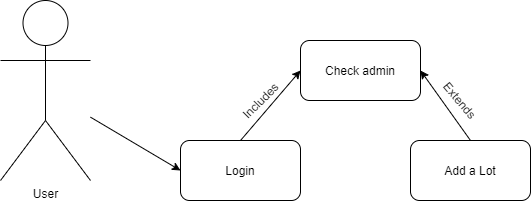
Before: docs/useCases/Add a Lot.png, a diagram exported from draw.io (katiecorcoran/cs3450-group-4). Source tidied: cells renumbered, new cells last; positions are measured from the earlier drawing's top-left corner, leaving out a move shared by most shapes.
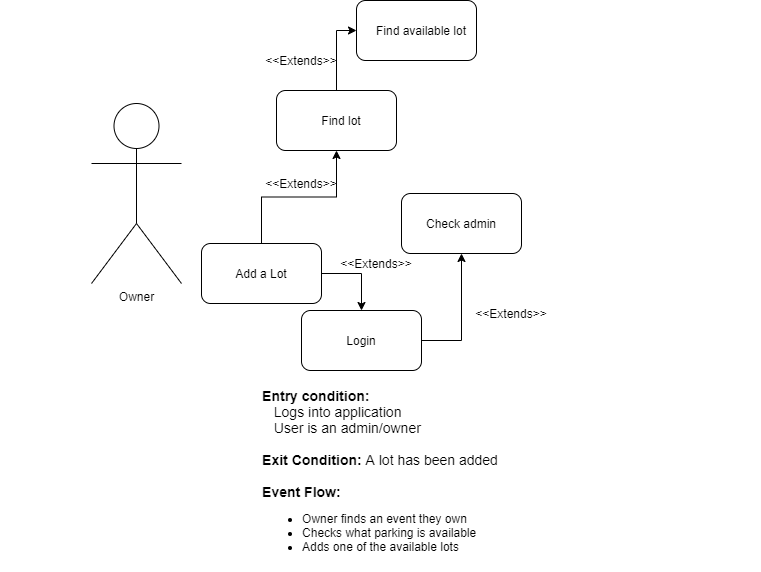
The same diagram one commit later.

Commit message:
Added event flow to the diagrams

What changed in the source:
```diff
@@ -2,41 +2,65 @@
   <root>
     <mxCell id="0" />
     <mxCell id="1" parent="0" />
+    <mxCell id="14" style="edgeStyle=orthogonalEdgeStyle;rounded=0;jettySize=auto;html=1;exitX=1;exitY=0.5;exitDx=0;exitDy=0;entryX=0.5;entryY=0;entryDx=0;entryDy=0;" parent="1" edge="1" source="2" target="7">
+      <mxGeometry relative="1" as="geometry" />
+    </mxCell>
+    <mxCell id="15" style="edgeStyle=orthogonalEdgeStyle;rounded=0;jettySize=auto;html=1;exitX=0.5;exitY=0;exitDx=0;exitDy=0;entryX=0.5;entryY=1;entryDx=0;entryDy=0;" parent="1" edge="1" source="2" target="21">
+      <mxGeometry relative="1" as="geometry" />
+    </mxCell>
     <mxCell id="2" style="rounded=1;whiteSpace=wrap;html=1;" parent="1" vertex="1">
-      <mxGeometry x="410" y="140" width="120" height="60" as="geometry" />
+      <mxGeometry x="110" y="140" width="120" height="60" as="geometry" />
     </mxCell>
     <mxCell id="3" value="Add a Lot" style="text;html=1;strokeColor=none;fillColor=none;align=center;verticalAlign=middle;whiteSpace=wrap;rounded=0;" parent="1" vertex="1">
-      <mxGeometry x="430" y="160" width="80" height="20" as="geometry" />
+      <mxGeometry x="130" y="160" width="80" height="20" as="geometry" />
     </mxCell>
-    <mxCell id="4" value="User" style="shape=umlActor;verticalLabelPosition=bottom;verticalAlign=top;html=1;outlineConnect=0;" parent="1" vertex="1">
-      <mxGeometry width="90" height="180" as="geometry" />
-    </mxCell>
     <mxCell id="5" style="rounded=1;whiteSpace=wrap;html=1;" parent="1" vertex="1">
-      <mxGeometry x="300" y="40" width="120" height="60" as="geometry" />
+      <mxGeometry x="310" y="90" width="120" height="60" as="geometry" />
     </mxCell>
     <mxCell id="6" value="Check admin" style="text;html=1;strokeColor=none;fillColor=none;align=center;verticalAlign=middle;whiteSpace=wrap;rounded=0;" parent="1" vertex="1">
-      <mxGeometry x="310" y="50" width="100" height="40" as="geometry" />
+      <mxGeometry x="320" y="100" width="100" height="40" as="geometry" />
     </mxCell>
+    <mxCell id="9" style="edgeStyle=orthogonalEdgeStyle;rounded=0;jettySize=auto;html=1;exitX=1;exitY=0.5;exitDx=0;exitDy=0;entryX=0.5;entryY=1;entryDx=0;entryDy=0;" parent="1" edge="1" source="7" target="5">
+      <mxGeometry relative="1" as="geometry" />
+    </mxCell>
     <mxCell id="7" style="rounded=1;whiteSpace=wrap;html=1;" parent="1" vertex="1">
-      <mxGeometry x="180" y="140" width="120" height="60" as="geometry" />
+      <mxGeometry x="210" y="207" width="120" height="60" as="geometry" />
     </mxCell>
     <mxCell id="8" value="Login" style="text;html=1;strokeColor=none;fillColor=none;align=center;verticalAlign=middle;whiteSpace=wrap;rounded=0;" parent="1" vertex="1">
-      <mxGeometry x="220" y="160" width="40" height="20" as="geometry" />
+      <mxGeometry x="250" y="227" width="40" height="20" as="geometry" />
     </mxCell>
-    <mxCell id="9" style="endArrow=classic;html=1;exitX=0.5;exitY=0;exitDx=0;exitDy=0;entryX=0;entryY=0.5;entryDx=0;entryDy=0;" parent="1" edge="1" source="7" target="5">
-      <mxGeometry relative="1" as="geometry" />
-    </mxCell>
-    <mxCell id="10" style="endArrow=classic;html=1;exitX=0.5;exitY=0;exitDx=0;exitDy=0;entryX=1;entryY=0.5;entryDx=0;entryDy=0;" parent="1" edge="1" source="2" target="5">
-      <mxGeometry relative="1" as="geometry" />
-    </mxCell>
-    <mxCell id="11" style="endArrow=classic;html=1;entryX=0;entryY=0.5;entryDx=0;entryDy=0;" parent="1" edge="1" source="4" target="7">
-      <mxGeometry relative="1" as="geometry" />
-    </mxCell>
-    <mxCell id="12" value="Includes" style="text;html=1;strokeColor=none;fillColor=none;align=center;verticalAlign=middle;whiteSpace=wrap;rounded=0;rotation=-45;" parent="1" vertex="1">
-      <mxGeometry x="240" y="90" width="40" height="20" as="geometry" />
-    </mxCell>
-    <mxCell id="13" value="Extends" style="text;html=1;strokeColor=none;fillColor=none;align=center;verticalAlign=middle;whiteSpace=wrap;rounded=0;rotation=50;" parent="1" vertex="1">
-      <mxGeometry x="440" y="90" width="40" height="20" as="geometry" />
-    </mxCell>
+    <mxCell id="16" value="&lt;div style=&quot;text-align: justify&quot;&gt;&lt;b style=&quot;font-size: 14px&quot;&gt;Entry condition:&amp;nbsp;&lt;/b&gt;&lt;/div&gt;&lt;div style=&quot;text-align: justify&quot;&gt;&lt;span style=&quot;font-size: 14px&quot;&gt;&amp;nbsp; &amp;nbsp;Logs into application&lt;/span&gt;&lt;/div&gt;&lt;div style=&quot;text-align: justify&quot;&gt;&lt;span style=&quot;font-size: 14px&quot;&gt;&amp;nbsp; &amp;nbsp;User is an admin/owner&lt;/span&gt;&lt;/div&gt;&lt;font&gt;&lt;div style=&quot;text-align: justify&quot;&gt;&lt;span style=&quot;font-size: 14px&quot;&gt;&lt;b&gt;&lt;br&gt;&lt;/b&gt;&lt;/span&gt;&lt;/div&gt;&lt;div style=&quot;font-size: 14px ; text-align: justify&quot;&gt;&lt;b style=&quot;font-weight: bold&quot;&gt;Exit Condition: &lt;/b&gt;A lot has been added&lt;/div&gt;&lt;div style=&quot;text-align: justify&quot;&gt;&lt;span style=&quot;font-size: 14px&quot;&gt;&lt;b&gt;&lt;br&gt;&lt;/b&gt;&lt;/span&gt;&lt;/div&gt;&lt;b style=&quot;font-size: 14px&quot;&gt;&lt;div style=&quot;text-align: justify&quot;&gt;&lt;b&gt;Event Flow:&amp;nbsp;&lt;/b&gt;&lt;/div&gt;&lt;/b&gt;&lt;/font&gt;&lt;ul&gt;&lt;li style=&quot;text-align: justify&quot;&gt;Owner finds an event they own&amp;nbsp;&lt;/li&gt;&lt;li style=&quot;text-align: justify&quot;&gt;Checks what parking is available&lt;/li&gt;&lt;li style=&quot;text-align: justify&quot;&gt;Adds one of the available lots&amp;nbsp;&lt;/li&gt;&lt;/ul&gt;" style="text;html=1;strokeColor=none;fillColor=none;align=center;verticalAlign=middle;whiteSpace=wrap;rounded=0;" parent="1" vertex="1">
+      <mxGeometry x="-91" y="278" width="760" height="190" as="geometry" />
+    </mxCell>
+    <mxCell id="17" value="Owner" style="shape=umlActor;verticalLabelPosition=bottom;verticalAlign=top;html=1;" parent="1" vertex="1">
+      <mxGeometry width="90" height="180" as="geometry" />
+    </mxCell>
+    <mxCell id="18" value="&amp;lt;&amp;lt;Extends&amp;gt;&amp;gt;" style="text;html=1;strokeColor=none;fillColor=none;align=center;verticalAlign=middle;whiteSpace=wrap;rounded=0;" parent="1" vertex="1">
+      <mxGeometry x="265" y="150" width="40" height="20" as="geometry" />
+    </mxCell>
+    <mxCell id="19" value="&amp;lt;&amp;lt;Extends&amp;gt;&amp;gt;" style="text;html=1;strokeColor=none;fillColor=none;align=center;verticalAlign=middle;whiteSpace=wrap;rounded=0;" parent="1" vertex="1">
+      <mxGeometry x="400" y="200" width="40" height="20" as="geometry" />
+    </mxCell>
+    <mxCell id="20" style="edgeStyle=orthogonalEdgeStyle;rounded=0;jettySize=auto;html=1;entryX=0;entryY=0.5;entryDx=0;entryDy=0;" parent="1" edge="1" source="21" target="24">
+      <mxGeometry relative="1" as="geometry" />
+    </mxCell>
+    <mxCell id="21" style="rounded=1;whiteSpace=wrap;html=1;" parent="1" vertex="1">
+      <mxGeometry x="185" y="-13" width="120" height="60" as="geometry" />
+    </mxCell>
+    <mxCell id="22" value="Find lot" style="text;html=1;strokeColor=none;fillColor=none;align=center;verticalAlign=middle;whiteSpace=wrap;rounded=0;" parent="1" vertex="1">
+      <mxGeometry x="195" y="7" width="110" height="20" as="geometry" />
+    </mxCell>
+    <mxCell id="23" value="&amp;lt;&amp;lt;Extends&amp;gt;&amp;gt;" style="text;html=1;strokeColor=none;fillColor=none;align=center;verticalAlign=middle;whiteSpace=wrap;rounded=0;" parent="1" vertex="1">
+      <mxGeometry x="190" y="70" width="40" height="20" as="geometry" />
+    </mxCell>
+    <mxCell id="24" style="rounded=1;whiteSpace=wrap;html=1;" parent="1" vertex="1">
+      <mxGeometry x="265" y="-103" width="120" height="60" as="geometry" />
+    </mxCell>
+    <mxCell id="25" value="Find available lot" style="text;html=1;strokeColor=none;fillColor=none;align=center;verticalAlign=middle;whiteSpace=wrap;rounded=0;" parent="1" vertex="1">
+      <mxGeometry x="275" y="-83" width="110" height="20" as="geometry" />
+    </mxCell>
+    <mxCell id="26" value="&amp;lt;&amp;lt;Extends&amp;gt;&amp;gt;" style="text;html=1;strokeColor=none;fillColor=none;align=center;verticalAlign=middle;whiteSpace=wrap;rounded=0;" parent="1" vertex="1">
+      <mxGeometry x="190" y="-53" width="40" height="20" as="geometry" />
+    </mxCell>
   </root>
 </mxGraphModel>
```
